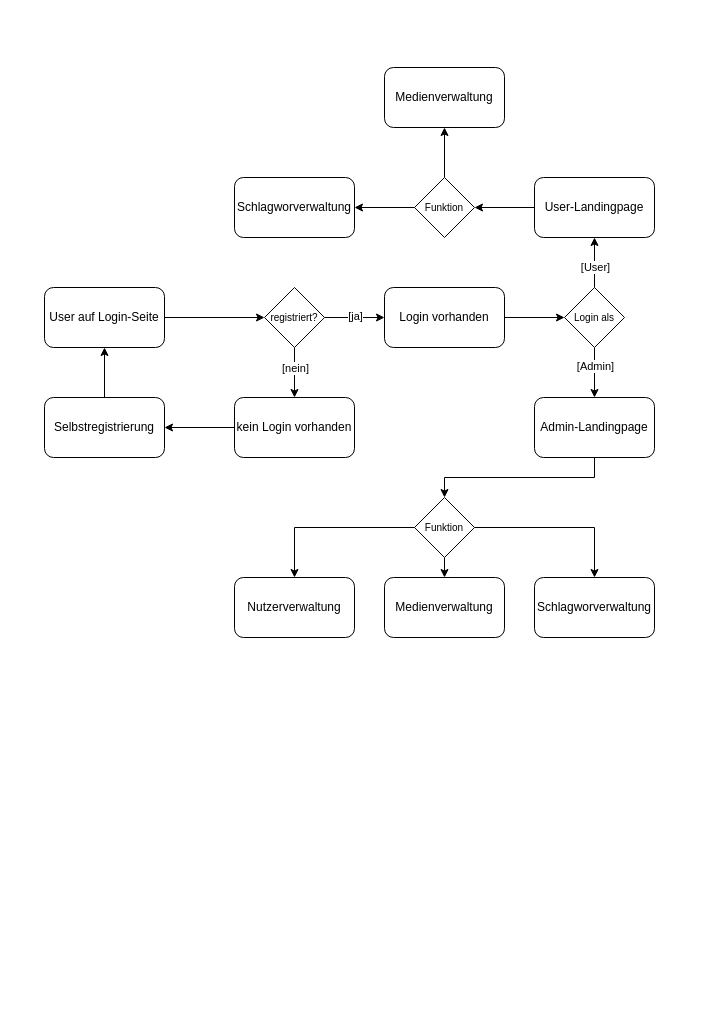
The draw.io diagram Diagramme/Ablaufdiagramm.drawio in Kaktussaft/Mediendatenbank-broken, before the edit. Source tidied: cells renumbered, new cells numbered last; positions are measured from the earlier drawing's top-left corner, leaving out a move shared by most shapes. Both pictures are drawn from the tidied source at 100%, with x=0, y=0 at pixel (44, 67).
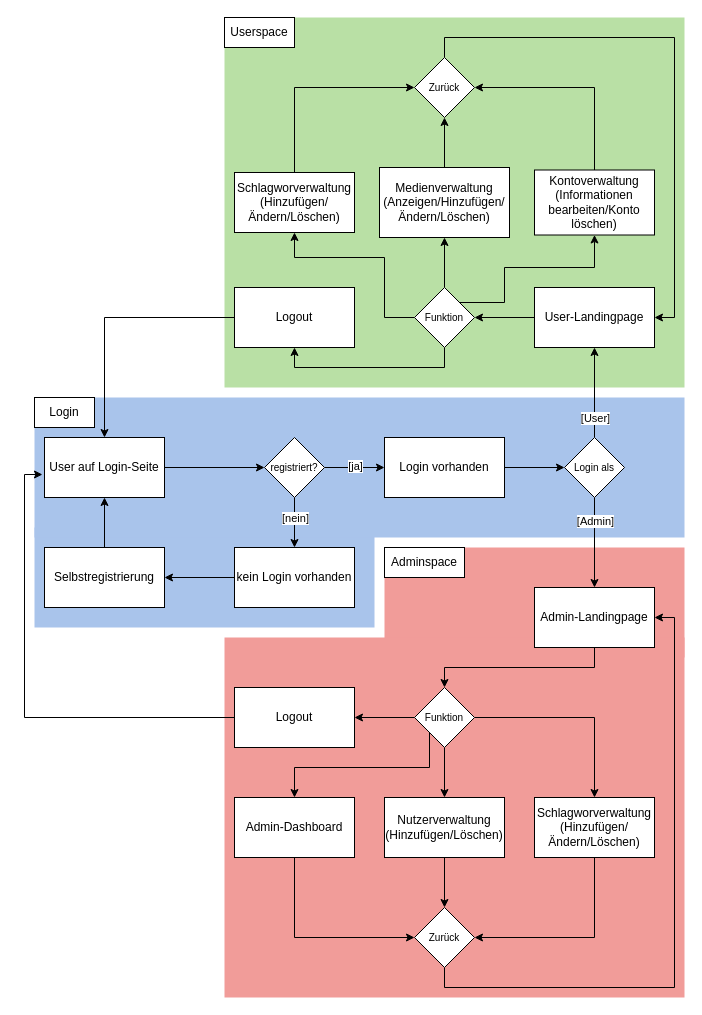
The same diagram, later.

Commit message:
updated flow chart diagram

Unchanged cells that the change refers to:
```xml
<mxCell id="4" style="edgeStyle=orthogonalEdgeStyle;rounded=0;jettySize=auto;html=1;exitX=0.5;exitY=0;exitDx=0;exitDy=0;entryX=0.5;entryY=1;entryDx=0;entryDy=0;" parent="1" edge="1" source="8" target="12">
  <mxGeometry relative="1" as="geometry" />
</mxCell>
<mxCell id="6" style="edgeStyle=orthogonalEdgeStyle;rounded=0;jettySize=auto;html=1;exitX=0.5;exitY=1;exitDx=0;exitDy=0;entryX=0.5;entryY=0;entryDx=0;entryDy=0;" parent="1" edge="1" source="8" target="10">
  <mxGeometry relative="1" as="geometry" />
</mxCell>
```

Diff of the diagram source:
```diff
@@
+    <mxCell id="36" style="rounded=0;whiteSpace=wrap;html=1;strokeColor=none;fillColor=#F19C99;" parent="1" vertex="1">
+      <mxGeometry x="340" y="480" width="300" height="110" as="geometry" />
+    </mxCell>
+    <mxCell id="37" style="rounded=0;whiteSpace=wrap;html=1;strokeColor=none;fillColor=#F19C99;" parent="1" vertex="1">
+      <mxGeometry x="180" y="570" width="460" height="360" as="geometry" />
+    </mxCell>
+    <mxCell id="38" style="rounded=0;whiteSpace=wrap;html=1;strokeColor=none;fillColor=#B9E0A5;" parent="1" vertex="1">
+      <mxGeometry x="180" y="-50" width="460" height="370" as="geometry" />
+    </mxCell>
+    <mxCell id="39" style="rounded=0;whiteSpace=wrap;html=1;strokeColor=none;fillColor=#A9C4EB;" parent="1" vertex="1">
+      <mxGeometry x="-10" y="460" width="340" height="100" as="geometry" />
+    </mxCell>
+    <mxCell id="40" style="rounded=0;whiteSpace=wrap;html=1;strokeColor=none;fillColor=#A9C4EB;" parent="1" vertex="1">
+      <mxGeometry x="-10" y="330" width="650" height="140" as="geometry" />
+    </mxCell>
@@
-    <mxCell id="3" value="Login vorhanden" style="rounded=1;whiteSpace=wrap;html=1;" parent="1" vertex="1">
-      <mxGeometry x="340" y="220" width="120" height="60" as="geometry" />
+    <mxCell id="3" value="Login vorhanden" style="rounded=0;whiteSpace=wrap;html=1;" parent="1" vertex="1">
+      <mxGeometry x="340" y="370" width="120" height="60" as="geometry" />
     </mxCell>
@@
     <mxCell id="5" value="[User]" style="edgeLabel;html=1;align=center;verticalAlign=middle;" parent="4" vertex="1">
-      <mxGeometry x="-0.15" relative="1" as="geometry" />
+      <mxGeometry x="-0.15" relative="1" as="geometry">
+        <mxPoint y="18" as="offset" />
+      </mxGeometry>
     </mxCell>
@@
     <mxCell id="7" value="[Admin]" style="edgeLabel;html=1;align=center;verticalAlign=middle;" parent="6" vertex="1">
-      <mxGeometry x="-0.27" relative="1" as="geometry" />
+      <mxGeometry x="-0.27" relative="1" as="geometry">
+        <mxPoint y="-10" as="offset" />
+      </mxGeometry>
     </mxCell>
     <mxCell id="8" value="Login als" style="rhombus;whiteSpace=wrap;html=1;fontSize=10;" parent="1" vertex="1">
-      <mxGeometry x="520" y="220" width="60" height="60" as="geometry" />
+      <mxGeometry x="520" y="370" width="60" height="60" as="geometry" />
     </mxCell>
@@
-    <mxCell id="10" value="Admin-Landingpage" style="rounded=1;whiteSpace=wrap;html=1;" parent="1" vertex="1">
-      <mxGeometry x="490" y="330" width="120" height="60" as="geometry" />
+    <mxCell id="10" value="Admin-Landingpage" style="rounded=0;whiteSpace=wrap;html=1;" parent="1" vertex="1">
+      <mxGeometry x="490" y="520" width="120" height="60" as="geometry" />
     </mxCell>
@@
-    <mxCell id="12" value="User-Landingpage" style="rounded=1;whiteSpace=wrap;html=1;" parent="1" vertex="1">
-      <mxGeometry x="490" y="110" width="120" height="60" as="geometry" />
+    <mxCell id="12" value="User-Landingpage" style="rounded=0;whiteSpace=wrap;html=1;" parent="1" vertex="1">
+      <mxGeometry x="490" y="220" width="120" height="60" as="geometry" />
     </mxCell>
@@
-    <mxCell id="14" value="User auf Login-Seite" style="rounded=1;whiteSpace=wrap;html=1;" parent="1" vertex="1">
-      <mxGeometry y="220" width="120" height="60" as="geometry" />
+    <mxCell id="14" value="User auf Login-Seite" style="rounded=0;whiteSpace=wrap;html=1;" parent="1" vertex="1">
+      <mxGeometry y="370" width="120" height="60" as="geometry" />
     </mxCell>
@@
     <mxCell id="19" value="registriert?" style="rhombus;whiteSpace=wrap;html=1;fontSize=10;" parent="1" vertex="1">
-      <mxGeometry x="220" y="220" width="60" height="60" as="geometry" />
+      <mxGeometry x="220" y="370" width="60" height="60" as="geometry" />
     </mxCell>
@@
-    <mxCell id="21" value="kein Login vorhanden" style="rounded=1;whiteSpace=wrap;html=1;" parent="1" vertex="1">
-      <mxGeometry x="190" y="330" width="120" height="60" as="geometry" />
+    <mxCell id="21" value="kein Login vorhanden" style="rounded=0;whiteSpace=wrap;html=1;" parent="1" vertex="1">
+      <mxGeometry x="190" y="480" width="120" height="60" as="geometry" />
     </mxCell>
@@
-    <mxCell id="23" value="Selbstregistrierung" style="rounded=1;whiteSpace=wrap;html=1;" parent="1" vertex="1">
-      <mxGeometry y="330" width="120" height="60" as="geometry" />
+    <mxCell id="23" value="Selbstregistrierung" style="rounded=0;whiteSpace=wrap;html=1;" parent="1" vertex="1">
+      <mxGeometry y="480" width="120" height="60" as="geometry" />
     </mxCell>
@@
-    <mxCell id="25" style="edgeStyle=orthogonalEdgeStyle;rounded=0;jettySize=auto;html=1;exitX=0;exitY=0.5;exitDx=0;exitDy=0;entryX=0.5;entryY=0;entryDx=0;entryDy=0;" parent="1" edge="1" source="27" target="28">
-      <mxGeometry relative="1" as="geometry" />
+    <mxCell id="25" style="edgeStyle=orthogonalEdgeStyle;rounded=0;jettySize=auto;html=1;exitX=0;exitY=1;exitDx=0;exitDy=0;entryX=0.5;entryY=0;entryDx=0;entryDy=0;" parent="1" edge="1" source="27" target="28">
+      <mxGeometry relative="1" as="geometry">
+        <Array as="points">
+          <mxPoint x="385" y="700" />
+          <mxPoint x="250" y="700" />
+        </Array>
+      </mxGeometry>
     </mxCell>
@@
+    <mxCell id="41" style="edgeStyle=orthogonalEdgeStyle;rounded=0;jettySize=auto;html=1;exitX=0;exitY=0.5;exitDx=0;exitDy=0;entryX=1;entryY=0.5;entryDx=0;entryDy=0;" parent="1" edge="1" source="27" target="53">
+      <mxGeometry relative="1" as="geometry" />
+    </mxCell>
     <mxCell id="27" value="Funktion" style="rhombus;whiteSpace=wrap;html=1;fontSize=10;" parent="1" vertex="1">
-      <mxGeometry x="370" y="430" width="60" height="60" as="geometry" />
+      <mxGeometry x="370" y="620" width="60" height="60" as="geometry" />
     </mxCell>
+    <mxCell id="42" style="edgeStyle=orthogonalEdgeStyle;rounded=0;jettySize=auto;html=1;exitX=0.5;exitY=1;exitDx=0;exitDy=0;entryX=0;entryY=0.5;entryDx=0;entryDy=0;" parent="1" edge="1" source="28" target="61">
+      <mxGeometry relative="1" as="geometry" />
+    </mxCell>
-    <mxCell id="28" value="Nutzerverwaltung" style="rounded=1;whiteSpace=wrap;html=1;" parent="1" vertex="1">
-      <mxGeometry x="190" y="510" width="120" height="60" as="geometry" />
+    <mxCell id="28" value="Admin-Dashboard" style="rounded=0;whiteSpace=wrap;html=1;" parent="1" vertex="1">
+      <mxGeometry x="190" y="730" width="120" height="60" as="geometry" />
     </mxCell>
+    <mxCell id="43" style="edgeStyle=orthogonalEdgeStyle;rounded=0;jettySize=auto;html=1;exitX=0.5;exitY=1;exitDx=0;exitDy=0;entryX=0.5;entryY=0;entryDx=0;entryDy=0;" parent="1" edge="1" source="29" target="61">
+      <mxGeometry relative="1" as="geometry" />
+    </mxCell>
-    <mxCell id="29" value="Medienverwaltung" style="rounded=1;whiteSpace=wrap;html=1;" parent="1" vertex="1">
-      <mxGeometry x="340" y="510" width="120" height="60" as="geometry" />
+    <mxCell id="29" value="Nutzerverwaltung (Hinzufügen/Löschen)" style="rounded=0;whiteSpace=wrap;html=1;" parent="1" vertex="1">
+      <mxGeometry x="340" y="730" width="120" height="60" as="geometry" />
     </mxCell>
+    <mxCell id="44" style="edgeStyle=orthogonalEdgeStyle;rounded=0;jettySize=auto;html=1;exitX=0.5;exitY=1;exitDx=0;exitDy=0;entryX=1;entryY=0.5;entryDx=0;entryDy=0;" parent="1" edge="1" source="30" target="61">
+      <mxGeometry relative="1" as="geometry" />
+    </mxCell>
-    <mxCell id="30" value="Schlagworverwaltung" style="rounded=1;whiteSpace=wrap;html=1;" parent="1" vertex="1">
-      <mxGeometry x="490" y="510" width="120" height="60" as="geometry" />
+    <mxCell id="30" value="Schlagworverwaltung (Hinzufügen/Ändern/Löschen)" style="rounded=0;whiteSpace=wrap;html=1;" parent="1" vertex="1">
+      <mxGeometry x="490" y="730" width="120" height="60" as="geometry" />
     </mxCell>
+    <mxCell id="45" style="edgeStyle=orthogonalEdgeStyle;rounded=0;jettySize=auto;html=1;exitX=0.5;exitY=0;exitDx=0;exitDy=0;entryX=0.5;entryY=1;entryDx=0;entryDy=0;" parent="1" edge="1" source="31" target="59">
+      <mxGeometry relative="1" as="geometry" />
+    </mxCell>
-    <mxCell id="31" value="Medienverwaltung" style="rounded=1;whiteSpace=wrap;html=1;" parent="1" vertex="1">
-      <mxGeometry x="340" width="120" height="60" as="geometry" />
+    <mxCell id="31" value="Medienverwaltung (Anzeigen/Hinzufügen/Ändern/Löschen)" style="rounded=0;whiteSpace=wrap;html=1;" parent="1" vertex="1">
+      <mxGeometry x="335" y="100" width="130" height="70" as="geometry" />
     </mxCell>
+    <mxCell id="46" style="edgeStyle=orthogonalEdgeStyle;rounded=0;jettySize=auto;html=1;exitX=0.5;exitY=0;exitDx=0;exitDy=0;entryX=0;entryY=0.5;entryDx=0;entryDy=0;" parent="1" edge="1" source="32" target="59">
+      <mxGeometry relative="1" as="geometry" />
+    </mxCell>
-    <mxCell id="32" value="Schlagworverwaltung" style="rounded=1;whiteSpace=wrap;html=1;" parent="1" vertex="1">
-      <mxGeometry x="190" y="110" width="120" height="60" as="geometry" />
+    <mxCell id="32" value="Schlagworverwaltung (Hinzufügen/Ändern/Löschen)" style="rounded=0;whiteSpace=wrap;html=1;" parent="1" vertex="1">
+      <mxGeometry x="190" y="105" width="120" height="60" as="geometry" />
     </mxCell>
+    <mxCell id="34" style="edgeStyle=orthogonalEdgeStyle;rounded=0;jettySize=auto;html=1;exitX=0.5;exitY=0;exitDx=0;exitDy=0;entryX=0.5;entryY=1;entryDx=0;entryDy=0;" parent="1" edge="1" source="35" target="31">
+      <mxGeometry relative="1" as="geometry" />
+    </mxCell>
-    <mxCell id="33" style="edgeStyle=orthogonalEdgeStyle;rounded=0;jettySize=auto;html=1;exitX=0;exitY=0.5;exitDx=0;exitDy=0;entryX=1;entryY=0.5;entryDx=0;entryDy=0;" parent="1" edge="1" source="35" target="32">
-      <mxGeometry relative="1" as="geometry" />
+    <mxCell id="33" style="edgeStyle=orthogonalEdgeStyle;rounded=0;jettySize=auto;html=1;exitX=0;exitY=0.5;exitDx=0;exitDy=0;entryX=0.5;entryY=1;entryDx=0;entryDy=0;" parent="1" edge="1" source="35" target="32">
+      <mxGeometry relative="1" as="geometry">
+        <Array as="points">
+          <mxPoint x="340" y="250" />
+          <mxPoint x="340" y="190" />
+          <mxPoint x="250" y="190" />
+        </Array>
+      </mxGeometry>
     </mxCell>
-    <mxCell id="34" style="edgeStyle=orthogonalEdgeStyle;rounded=0;jettySize=auto;html=1;exitX=0.5;exitY=0;exitDx=0;exitDy=0;entryX=0.5;entryY=1;entryDx=0;entryDy=0;" parent="1" edge="1" source="35" target="31">
-      <mxGeometry relative="1" as="geometry" />
-    </mxCell>
+    <mxCell id="47" style="edgeStyle=orthogonalEdgeStyle;rounded=0;jettySize=auto;html=1;exitX=1;exitY=0;exitDx=0;exitDy=0;entryX=0.5;entryY=1;entryDx=0;entryDy=0;" parent="1" edge="1" source="35" target="50">
+      <mxGeometry relative="1" as="geometry">
+        <Array as="points">
+          <mxPoint x="460" y="235" />
+          <mxPoint x="460" y="200" />
+          <mxPoint x="550" y="200" />
+        </Array>
+      </mxGeometry>
+    </mxCell>
+    <mxCell id="48" style="edgeStyle=orthogonalEdgeStyle;rounded=0;jettySize=auto;html=1;exitX=0.5;exitY=1;exitDx=0;exitDy=0;entryX=0.5;entryY=1;entryDx=0;entryDy=0;" parent="1" edge="1" source="35" target="52">
+      <mxGeometry relative="1" as="geometry" />
+    </mxCell>
     <mxCell id="35" value="Funktion" style="rhombus;whiteSpace=wrap;html=1;fontSize=10;" parent="1" vertex="1">
-      <mxGeometry x="370" y="110" width="60" height="60" as="geometry" />
+      <mxGeometry x="370" y="220" width="60" height="60" as="geometry" />
     </mxCell>
+    <mxCell id="49" style="edgeStyle=orthogonalEdgeStyle;rounded=0;jettySize=auto;html=1;exitX=0.5;exitY=0;exitDx=0;exitDy=0;entryX=1;entryY=0.5;entryDx=0;entryDy=0;" parent="1" edge="1" source="50" target="59">
+      <mxGeometry relative="1" as="geometry" />
+    </mxCell>
+    <mxCell id="50" value="Kontoverwaltung (Informationen bearbeiten/Konto löschen)" style="rounded=0;whiteSpace=wrap;html=1;" parent="1" vertex="1">
+      <mxGeometry x="490" y="102.5" width="120" height="65" as="geometry" />
+    </mxCell>
+    <mxCell id="51" style="edgeStyle=orthogonalEdgeStyle;rounded=0;jettySize=auto;html=1;exitX=0;exitY=0.5;exitDx=0;exitDy=0;entryX=0.5;entryY=0;entryDx=0;entryDy=0;" parent="1" edge="1" source="52" target="14">
+      <mxGeometry relative="1" as="geometry" />
+    </mxCell>
+    <mxCell id="52" value="Logout" style="rounded=0;whiteSpace=wrap;html=1;" parent="1" vertex="1">
+      <mxGeometry x="190" y="220" width="120" height="60" as="geometry" />
+    </mxCell>
+    <mxCell id="53" value="Logout" style="rounded=0;whiteSpace=wrap;html=1;" parent="1" vertex="1">
+      <mxGeometry x="190" y="620" width="120" height="60" as="geometry" />
+    </mxCell>
+    <mxCell id="54" style="edgeStyle=orthogonalEdgeStyle;rounded=0;jettySize=auto;html=1;exitX=0;exitY=0.5;exitDx=0;exitDy=0;entryX=-0.017;entryY=0.617;entryDx=0;entryDy=0;entryPerimeter=0;" parent="1" edge="1" source="53" target="14">
+      <mxGeometry relative="1" as="geometry">
+        <Array as="points">
+          <mxPoint x="-20" y="650" />
+          <mxPoint x="-20" y="407" />
+        </Array>
+      </mxGeometry>
+    </mxCell>
+    <mxCell id="55" value="Login" style="rounded=0;whiteSpace=wrap;html=1;" parent="1" vertex="1">
+      <mxGeometry x="-10" y="330" width="60" height="30" as="geometry" />
+    </mxCell>
+    <mxCell id="56" value="Userspace" style="rounded=0;whiteSpace=wrap;html=1;" parent="1" vertex="1">
+      <mxGeometry x="180" y="-50" width="70" height="30" as="geometry" />
+    </mxCell>
+    <mxCell id="57" value="Adminspace" style="rounded=0;whiteSpace=wrap;html=1;" parent="1" vertex="1">
+      <mxGeometry x="340" y="480" width="80" height="30" as="geometry" />
+    </mxCell>
+    <mxCell id="58" style="edgeStyle=orthogonalEdgeStyle;rounded=0;jettySize=auto;html=1;exitX=0.5;exitY=0;exitDx=0;exitDy=0;entryX=1;entryY=0.5;entryDx=0;entryDy=0;" parent="1" edge="1" source="59" target="12">
+      <mxGeometry relative="1" as="geometry" />
+    </mxCell>
+    <mxCell id="59" value="Zurück" style="rhombus;whiteSpace=wrap;html=1;fontSize=10;" parent="1" vertex="1">
+      <mxGeometry x="370" y="-10" width="60" height="60" as="geometry" />
+    </mxCell>
+    <mxCell id="60" style="edgeStyle=orthogonalEdgeStyle;rounded=0;jettySize=auto;html=1;exitX=0.5;exitY=1;exitDx=0;exitDy=0;entryX=1;entryY=0.5;entryDx=0;entryDy=0;" parent="1" edge="1" source="61" target="10">
+      <mxGeometry relative="1" as="geometry" />
+    </mxCell>
+    <mxCell id="61" value="Zurück" style="rhombus;whiteSpace=wrap;html=1;fontSize=10;" parent="1" vertex="1">
+      <mxGeometry x="370" y="840" width="60" height="60" as="geometry" />
+    </mxCell>
```
